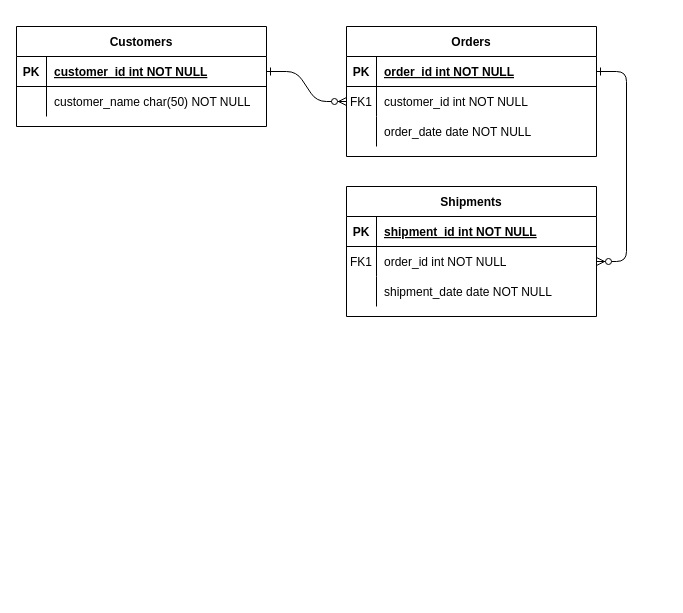
The draw.io diagram Trijaya Diagram.drawio in m-jakaria/assisgments_tads, before the edit. Source tidied: cells renumbered, new cells numbered last; positions are measured from the earlier drawing's top-left corner, leaving out a move shared by most shapes. Both pictures are drawn from the tidied source at 100%, with x=0, y=0 at pixel (16, 26).
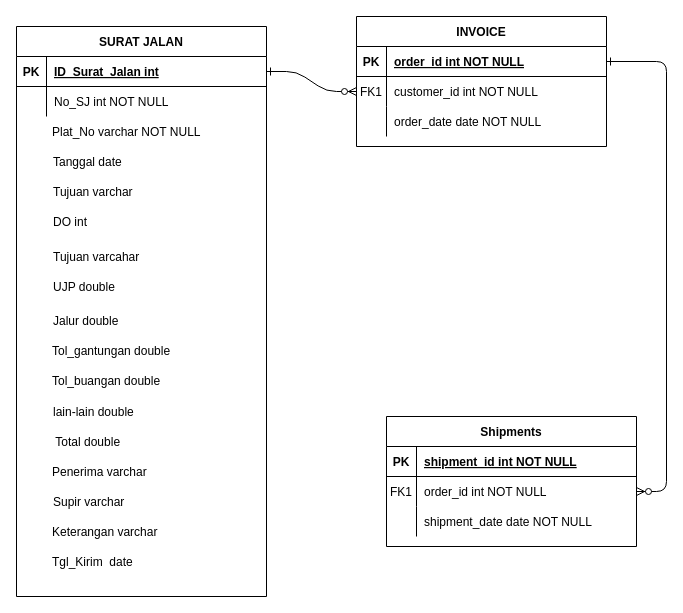
After the change.

Unchanged cells that the change refers to:
```xml
<mxCell id="25" style="shape=partialRectangle;fillColor=none;points=[[0,0.5],[1,0.5]];portConstraint=eastwest;top=0;left=0;right=0;bottom=1;" parent="24" vertex="1">
  <mxGeometry y="30" width="250" height="30" as="geometry" />
</mxCell>
<mxCell id="28" style="shape=partialRectangle;fillColor=none;top=0;left=0;right=0;bottom=0;" parent="24" vertex="1">
  <mxGeometry y="60" width="250" height="30" as="geometry" />
</mxCell>
```

The edit, as a diff of the source:
```diff
@@
-    <mxCell id="4" value="Orders" style="shape=table;startSize=30;childLayout=tableLayout;rowLines=0;fontStyle=1;align=center;" parent="1" vertex="1">
-      <mxGeometry x="330" width="250" height="130" as="geometry" />
+    <mxCell id="4" value="INVOICE" style="shape=table;startSize=30;childLayout=tableLayout;rowLines=0;fontStyle=1;align=center;" parent="1" vertex="1">
+      <mxGeometry x="340" y="-10" width="250" height="130" as="geometry" />
     </mxCell>
@@
     <mxCell id="14" value="Shipments" style="shape=table;startSize=30;childLayout=tableLayout;rowLines=0;fontStyle=1;align=center;" parent="1" vertex="1">
-      <mxGeometry x="330" y="160" width="250" height="130" as="geometry" />
+      <mxGeometry x="370" y="390" width="250" height="130" as="geometry" />
     </mxCell>
@@
-    <mxCell id="24" value="Customers" style="shape=table;startSize=30;childLayout=tableLayout;rowLines=0;fontStyle=1;align=center;" parent="1" vertex="1">
-      <mxGeometry width="250" height="100" as="geometry" />
+    <mxCell id="24" value="SURAT JALAN" style="shape=table;startSize=30;childLayout=tableLayout;rowLines=0;fontStyle=1;align=center;" parent="1" vertex="1">
+      <mxGeometry width="250" height="570" as="geometry" />
     </mxCell>
@@
-    <mxCell id="27" value="customer_id int NOT NULL " style="shape=partialRectangle;overflow=hidden;fillColor=none;top=0;left=0;bottom=0;right=0;align=left;spacingLeft=6;fontStyle=5;" parent="25" vertex="1">
+    <mxCell id="27" value="ID_Surat_Jalan int" style="shape=partialRectangle;overflow=hidden;fillColor=none;top=0;left=0;bottom=0;right=0;align=left;spacingLeft=6;fontStyle=5;" parent="25" vertex="1">
       <mxGeometry x="30" width="220" height="30" as="geometry" />
     </mxCell>
@@
-    <mxCell id="30" value="customer_name char(50) NOT NULL" style="shape=partialRectangle;overflow=hidden;fillColor=none;top=0;left=0;bottom=0;right=0;align=left;spacingLeft=6;" parent="28" vertex="1">
+    <mxCell id="30" value="No_SJ int NOT NULL" style="shape=partialRectangle;overflow=hidden;fillColor=none;top=0;left=0;bottom=0;right=0;align=left;spacingLeft=6;" parent="28" vertex="1">
       <mxGeometry x="30" width="220" height="30" as="geometry" />
     </mxCell>
+    <mxCell id="31" value="Plat_No varchar NOT NULL" style="text;strokeColor=none;fillColor=none;align=left;verticalAlign=middle;spacingLeft=4;spacingRight=4;overflow=hidden;" parent="1" vertex="1">
+      <mxGeometry x="30" y="90" width="210" height="30" as="geometry" />
+    </mxCell>
+    <mxCell id="32" value="Tujuan varchar" style="text;strokeColor=none;fillColor=none;align=left;verticalAlign=middle;spacingLeft=4;spacingRight=4;overflow=hidden;" parent="1" vertex="1">
+      <mxGeometry x="31" y="150" width="210" height="30" as="geometry" />
+    </mxCell>
+    <mxCell id="33" value="DO int" style="text;strokeColor=none;fillColor=none;align=left;verticalAlign=middle;spacingLeft=4;spacingRight=4;overflow=hidden;" parent="1" vertex="1">
+      <mxGeometry x="31" y="180" width="210" height="30" as="geometry" />
+    </mxCell>
+    <mxCell id="34" value="Tujuan varcahar" style="text;strokeColor=none;fillColor=none;align=left;verticalAlign=middle;spacingLeft=4;spacingRight=4;overflow=hidden;" parent="1" vertex="1">
+      <mxGeometry x="31" y="215" width="210" height="30" as="geometry" />
+    </mxCell>
+    <mxCell id="35" value="UJP double" style="text;strokeColor=none;fillColor=none;align=left;verticalAlign=middle;spacingLeft=4;spacingRight=4;overflow=hidden;" parent="1" vertex="1">
+      <mxGeometry x="31" y="245" width="210" height="30" as="geometry" />
+    </mxCell>
+    <mxCell id="36" value="Jalur double" style="text;strokeColor=none;fillColor=none;align=left;verticalAlign=middle;spacingLeft=4;spacingRight=4;overflow=hidden;" parent="1" vertex="1">
+      <mxGeometry x="31" y="279" width="210" height="30" as="geometry" />
+    </mxCell>
+    <mxCell id="37" value="Tol_gantungan double" style="text;strokeColor=none;fillColor=none;align=left;verticalAlign=middle;spacingLeft=4;spacingRight=4;overflow=hidden;" parent="1" vertex="1">
+      <mxGeometry x="30" y="309" width="210" height="30" as="geometry" />
+    </mxCell>
+    <mxCell id="38" value="Tol_buangan double" style="text;strokeColor=none;fillColor=none;align=left;verticalAlign=middle;spacingLeft=4;spacingRight=4;overflow=hidden;" parent="1" vertex="1">
+      <mxGeometry x="30" y="339" width="210" height="30" as="geometry" />
+    </mxCell>
+    <mxCell id="39" value="lain-lain double" style="text;strokeColor=none;fillColor=none;align=left;verticalAlign=middle;spacingLeft=4;spacingRight=4;overflow=hidden;" parent="1" vertex="1">
+      <mxGeometry x="31" y="369" width="129" height="31" as="geometry" />
+    </mxCell>
+    <mxCell id="40" value=" Total double" style="text;strokeColor=none;fillColor=none;align=left;verticalAlign=middle;spacingLeft=4;spacingRight=4;overflow=hidden;" parent="1" vertex="1">
+      <mxGeometry x="30" y="400" width="80" height="30" as="geometry" />
+    </mxCell>
+    <mxCell id="41" value="Penerima varchar" style="text;strokeColor=none;fillColor=none;align=left;verticalAlign=middle;spacingLeft=4;spacingRight=4;overflow=hidden;" parent="1" vertex="1">
+      <mxGeometry x="30" y="430" width="120" height="30" as="geometry" />
+    </mxCell>
+    <mxCell id="42" value="Keterangan varchar" style="text;strokeColor=none;fillColor=none;align=left;verticalAlign=middle;spacingLeft=4;spacingRight=4;overflow=hidden;" parent="1" vertex="1">
+      <mxGeometry x="30" y="490" width="150" height="30" as="geometry" />
+    </mxCell>
+    <mxCell id="43" value="Tanggal date" style="text;strokeColor=none;fillColor=none;align=left;verticalAlign=middle;spacingLeft=4;spacingRight=4;overflow=hidden;" parent="1" vertex="1">
+      <mxGeometry x="31" y="120" width="210" height="30" as="geometry" />
+    </mxCell>
+    <mxCell id="44" value="Tgl_Kirim  date" style="text;strokeColor=none;fillColor=none;align=left;verticalAlign=middle;spacingLeft=4;spacingRight=4;overflow=hidden;" parent="1" vertex="1">
+      <mxGeometry x="30" y="520" width="210" height="30" as="geometry" />
+    </mxCell>
+    <mxCell id="45" value="Supir varchar" style="text;strokeColor=none;fillColor=none;align=left;verticalAlign=middle;spacingLeft=4;spacingRight=4;overflow=hidden;" parent="1" vertex="1">
+      <mxGeometry x="31" y="460" width="150" height="30" as="geometry" />
+    </mxCell>
```
